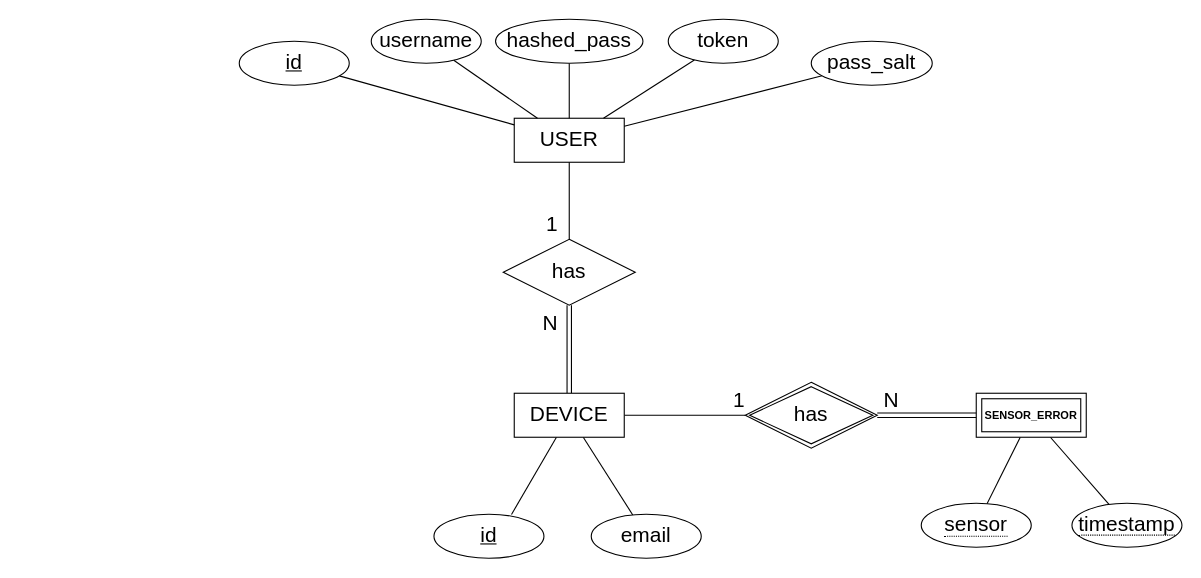
Before: Diagrams/PostgresDB-diagram.drawio in MiguelRocha2001/PS-Monitor-IoT-System, a draw.io diagram. Source tidied: cells renumbered, new cells numbered last; positions are measured from the earlier drawing's top-left corner, leaving out a move shared by most shapes. Both pictures are drawn from the tidied source at 110%, with x=0, y=0 at pixel (239, 19).
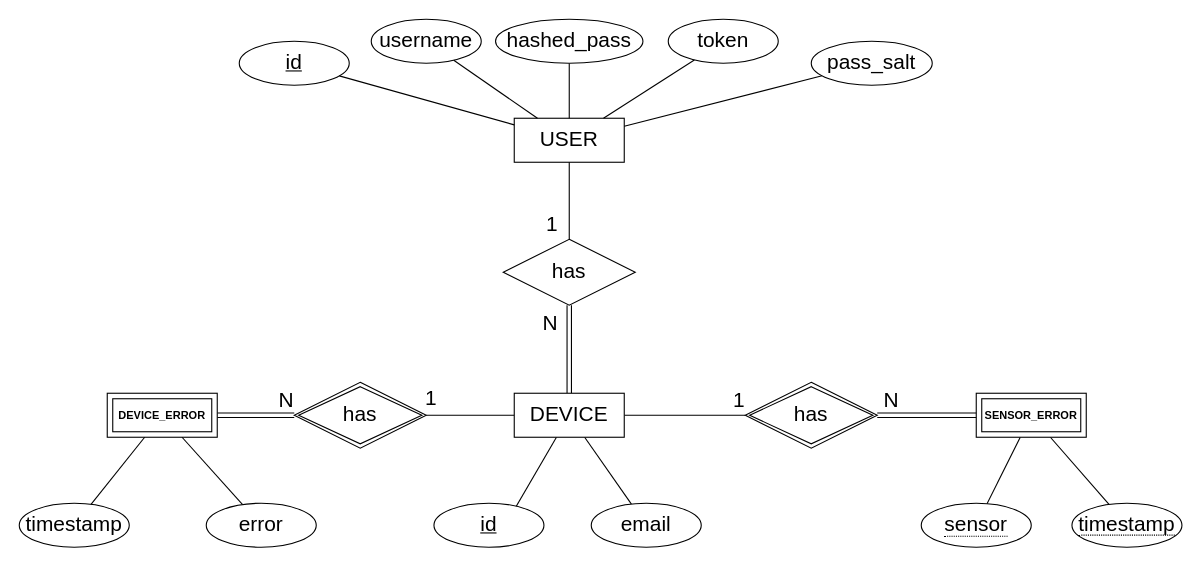
Above is the later version.

Unchanged cells that the change refers to:
```xml
<mxCell id="14" style="endArrow=none;html=1;rounded=0;" parent="1" edge="1" source="5" target="25">
  <mxGeometry relative="1" as="geometry" />
</mxCell>
<mxCell id="17" style="endArrow=none;html=1;rounded=0;shape=link;exitX=0.5;exitY=0;exitDx=0;exitDy=0;" parent="1" edge="1" source="23" target="25">
  <mxGeometry relative="1" as="geometry" />
</mxCell>
<mxCell id="23" value="&lt;font style=&quot;font-size: 19px;&quot;&gt;DEVICE&lt;/font&gt;" style="whiteSpace=wrap;html=1;align=center;" parent="1" vertex="1">
  <mxGeometry x="250" y="340" width="100" height="40" as="geometry" />
</mxCell>
```

Diff of the diagram source:
```diff
@@
     <mxCell id="4" value="&lt;font style=&quot;font-size: 19px;&quot;&gt;email&lt;/font&gt;" style="ellipse;whiteSpace=wrap;html=1;align=center;" parent="1" vertex="1">
-      <mxGeometry x="320" y="450" width="100" height="40" as="geometry" />
+      <mxGeometry x="320" y="440" width="100" height="40" as="geometry" />
     </mxCell>
@@
+    <mxCell id="33" value="&lt;font style=&quot;font-size: 19px;&quot;&gt;1&lt;/font&gt;" style="html=1;align=right;verticalAlign=bottom;" parent="14" vertex="1">
+      <mxGeometry x="1" relative="1" as="geometry">
+        <mxPoint x="-120" y="158" as="offset" />
+      </mxGeometry>
+    </mxCell>
@@
+    <mxCell id="34" value="&lt;font style=&quot;font-size: 19px;&quot;&gt;N&lt;/font&gt;" style="html=1;align=right;verticalAlign=bottom;" parent="17" vertex="1">
+      <mxGeometry x="1" relative="1" as="geometry">
+        <mxPoint x="-250" y="100" as="offset" />
+      </mxGeometry>
+    </mxCell>
@@
+    <mxCell id="35" style="edgeStyle=orthogonalEdgeStyle;rounded=0;jettySize=auto;html=1;endArrow=none;endFill=0;" parent="1" edge="1" source="23" target="38">
+      <mxGeometry relative="1" as="geometry" />
+    </mxCell>
@@
     <mxCell id="24" value="&lt;font style=&quot;font-size: 19px;&quot;&gt;id&lt;/font&gt;" style="ellipse;whiteSpace=wrap;html=1;align=center;fontStyle=4;" parent="1" vertex="1">
-      <mxGeometry x="177" y="450" width="100" height="40" as="geometry" />
+      <mxGeometry x="177" y="440" width="100" height="40" as="geometry" />
     </mxCell>
@@
+    <mxCell id="36" style="edgeStyle=orthogonalEdgeStyle;rounded=0;jettySize=auto;html=1;endArrow=none;endFill=0;shape=link;" parent="1" edge="1" source="37" target="38">
+      <mxGeometry relative="1" as="geometry" />
+    </mxCell>
+    <mxCell id="37" value="DEVICE_ERROR" style="shape=ext;margin=3;double=1;whiteSpace=wrap;html=1;align=center;fontSize=10;fontStyle=1;" parent="1" vertex="1">
+      <mxGeometry x="-120" y="340" width="100" height="40" as="geometry" />
+    </mxCell>
+    <mxCell id="38" value="has" style="shape=rhombus;double=1;perimeter=rhombusPerimeter;whiteSpace=wrap;html=1;align=center;fontSize=19;" parent="1" vertex="1">
+      <mxGeometry x="50" y="330" width="120" height="60" as="geometry" />
+    </mxCell>
+    <mxCell id="39" style="endArrow=none;html=1;rounded=0;" parent="1" edge="1" source="40" target="37">
+      <mxGeometry relative="1" as="geometry" />
+    </mxCell>
+    <mxCell id="40" value="&lt;span style=&quot;font-size: 19px;&quot;&gt;error&lt;/span&gt;" style="ellipse;whiteSpace=wrap;html=1;align=center;" parent="1" vertex="1">
+      <mxGeometry x="-30" y="440" width="100" height="40" as="geometry" />
+    </mxCell>
+    <mxCell id="41" value="timestamp" style="ellipse;whiteSpace=wrap;html=1;align=center;fontSize=19;" parent="1" vertex="1">
+      <mxGeometry x="-200" y="440" width="100" height="40" as="geometry" />
+    </mxCell>
+    <mxCell id="42" style="endArrow=none;html=1;rounded=0;" parent="1" edge="1" source="41" target="37">
+      <mxGeometry relative="1" as="geometry" />
+    </mxCell>
```
